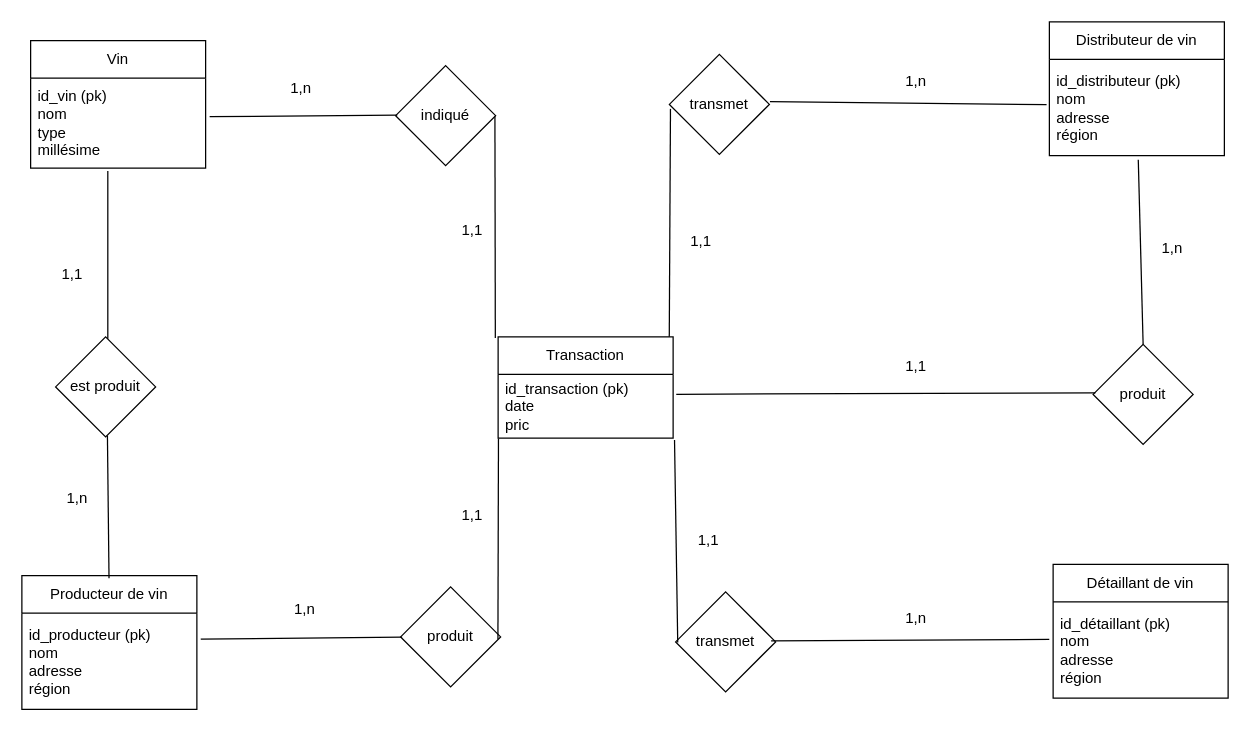
The draw.io diagram doc/Conception.drawio in hamoncode/gestionVinQC, before the edit. Source tidied: cells renumbered, new cells numbered last; positions are measured from the earlier drawing's top-left corner, leaving out a move shared by most shapes. Both pictures are drawn from the tidied source at 125%, with x=0, y=0 at pixel (21, 21).
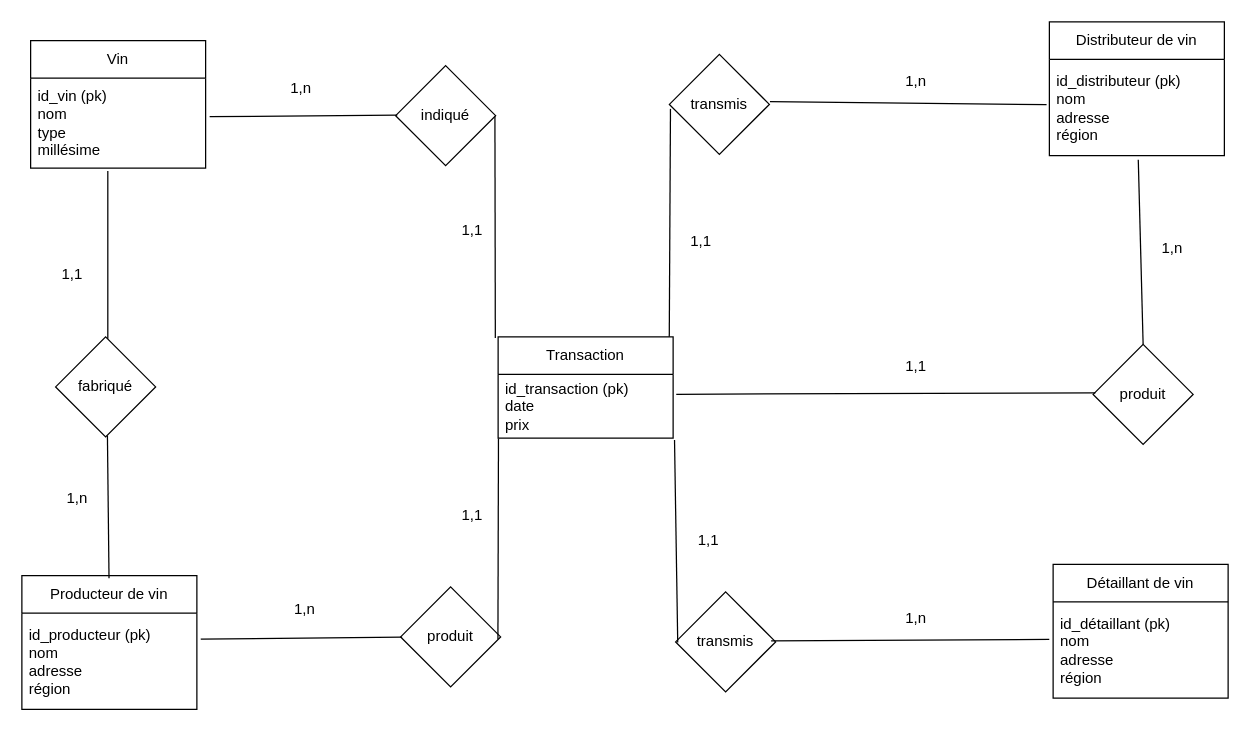
The same page after the edit.

Commit message (it also covers changes not shown here):
créer shema relationnel

The change refers to these unchanged cells:
```xml
<mxCell id="8" value="Transaction" style="swimlane;fontStyle=0;horizontal=1;startSize=30;whiteSpace=wrap;html=1;" parent="1" vertex="1">
  <mxGeometry x="381" y="252" width="140" height="81" as="geometry" />
</mxCell>
```

What changed in the source:
```diff
@@
-    <mxCell id="9" value="id_transaction (pk)&lt;br&gt;date&lt;br&gt;pric" style="text;strokeColor=none;fillColor=none;align=left;verticalAlign=middle;spacingLeft=4;spacingRight=4;overflow=hidden;points=[[0,0.5],[1,0.5]];portConstraint=eastwest;whiteSpace=wrap;html=1;" parent="8" vertex="1">
+    <mxCell id="9" value="id_transaction (pk)&lt;br&gt;date&lt;br&gt;prix" style="text;strokeColor=none;fillColor=none;align=left;verticalAlign=middle;spacingLeft=4;spacingRight=4;overflow=hidden;points=[[0,0.5],[1,0.5]];portConstraint=eastwest;whiteSpace=wrap;html=1;" parent="8" vertex="1">
       <mxGeometry y="30" width="140" height="51" as="geometry" />
     </mxCell>
@@
-    <mxCell id="12" value="est produit" style="rhombus;whiteSpace=wrap;html=1;" parent="1" vertex="1">
+    <mxCell id="12" value="fabriqué" style="rhombus;whiteSpace=wrap;html=1;" parent="1" vertex="1">
       <mxGeometry x="27" y="252" width="80" height="80" as="geometry" />
     </mxCell>
@@
-    <mxCell id="14" value="transmet" style="rhombus;whiteSpace=wrap;html=1;" parent="1" vertex="1">
+    <mxCell id="14" value="transmis" style="rhombus;whiteSpace=wrap;html=1;" parent="1" vertex="1">
       <mxGeometry x="518" y="26" width="80" height="80" as="geometry" />
     </mxCell>
-    <mxCell id="15" value="transmet" style="rhombus;whiteSpace=wrap;html=1;" parent="1" vertex="1">
+    <mxCell id="15" value="transmis" style="rhombus;whiteSpace=wrap;html=1;" parent="1" vertex="1">
       <mxGeometry x="523" y="456" width="80" height="80" as="geometry" />
     </mxCell>
```
